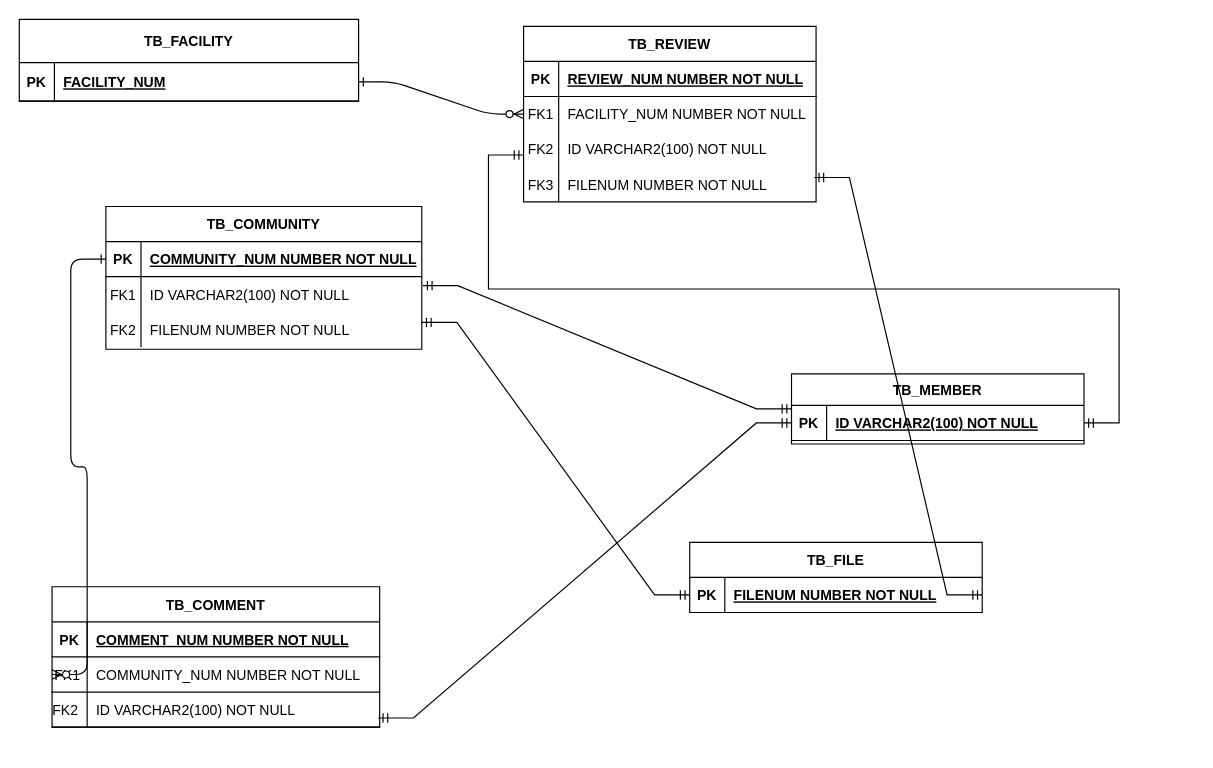
The draw.io diagram document/제목 없는 다이어그램.drawio in rimgosu/ProjectStudy, before the edit. Source tidied: cells renumbered, new cells numbered last; positions are measured from the earlier drawing's top-left corner, leaving out a move shared by most shapes. Both pictures are drawn from the tidied source at 117%, with x=0, y=0 at pixel (19, 19).
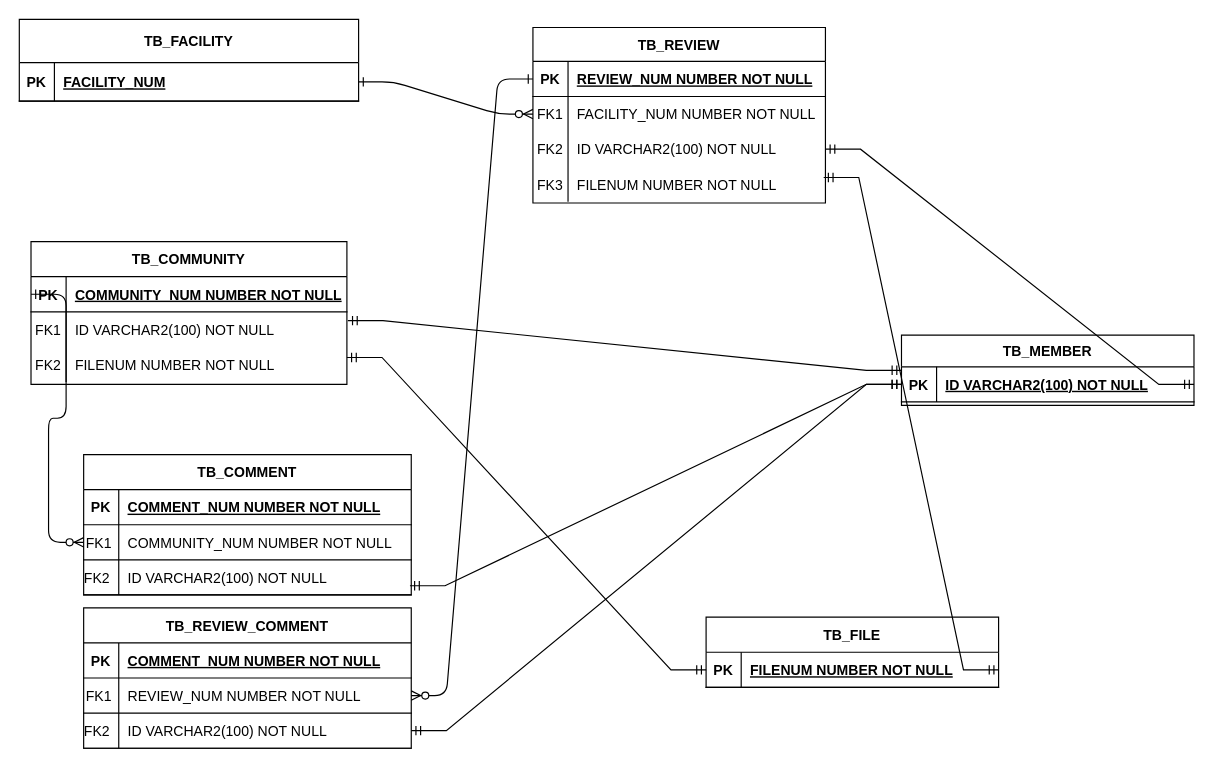
Above is the later version.

Commit message:
제목 없는 다이어그램.drawio 업데이트

Unchanged cells that the change refers to:
```xml
<mxCell id="17" style="shape=partialRectangle;fillColor=none;points=[[0,0.5],[1,0.5]];portConstraint=eastwest;top=0;left=0;right=0;bottom=1;" parent="16" vertex="1">
  <mxGeometry y="27" width="250" height="30" as="geometry" />
</mxCell>
```

The edit, as a diff of the source:
```diff
@@
-    <mxCell id="3" value="TB_REVIEW" style="shape=table;startSize=30;childLayout=tableLayout;rowLines=0;fontStyle=1;align=center;" parent="1" vertex="1">
-      <mxGeometry x="431" y="6" width="250" height="150" as="geometry" />
+    <mxCell id="3" value="TB_REVIEW" style="shape=table;startSize=29;childLayout=tableLayout;rowLines=0;fontStyle=1;align=center;" parent="1" vertex="1">
+      <mxGeometry x="439" y="7" width="250" height="150" as="geometry" />
     </mxCell>
     <mxCell id="4" style="shape=partialRectangle;fillColor=none;points=[[0,0.5],[1,0.5]];portConstraint=eastwest;top=0;left=0;right=0;bottom=1;" parent="3" vertex="1">
-      <mxGeometry y="30" width="250" height="30" as="geometry" />
+      <mxGeometry y="29" width="250" height="30" as="geometry" />
     </mxCell>
@@
     <mxCell id="7" style="shape=partialRectangle;fillColor=none;points=[[0,0.5],[1,0.5]];portConstraint=eastwest;top=0;left=0;right=0;bottom=0;" parent="3" vertex="1">
-      <mxGeometry y="60" width="250" height="30" as="geometry" />
+      <mxGeometry y="59" width="250" height="30" as="geometry" />
     </mxCell>
@@
     <mxCell id="10" style="shape=partialRectangle;fillColor=none;points=[[0,0.5],[1,0.5]];portConstraint=eastwest;top=0;left=0;right=0;bottom=0;" parent="3" vertex="1">
-      <mxGeometry y="90" width="250" height="30" as="geometry" />
+      <mxGeometry y="89" width="250" height="30" as="geometry" />
     </mxCell>
@@
     <mxCell id="13" style="shape=partialRectangle;fillColor=none;points=[[0,0.5],[1,0.5]];portConstraint=eastwest;top=0;left=0;right=0;bottom=0;" parent="3" vertex="1">
-      <mxGeometry y="120" width="250" height="30" as="geometry" />
+      <mxGeometry y="119" width="250" height="30" as="geometry" />
     </mxCell>
@@
     <mxCell id="16" value="TB_MEMBER" style="shape=table;startSize=27;childLayout=tableLayout;rowLines=0;fontStyle=1;align=center;" parent="1" vertex="1">
-      <mxGeometry x="660" y="303" width="250" height="60" as="geometry" />
+      <mxGeometry x="754" y="270" width="250" height="60" as="geometry" />
     </mxCell>
@@
     <mxCell id="24" value="TB_COMMUNITY" style="shape=table;startSize=30;childLayout=tableLayout;rowLines=0;fontStyle=1;align=center;" parent="1" vertex="1">
-      <mxGeometry x="74" y="160" width="270" height="122" as="geometry" />
+      <mxGeometry x="10" y="190" width="270" height="122" as="geometry" />
     </mxCell>
@@
     <mxCell id="34" value="TB_COMMENT" style="shape=table;startSize=30;childLayout=tableLayout;rowLines=0;fontStyle=1;align=center;" parent="1" vertex="1">
-      <mxGeometry x="28" y="485" width="280" height="120" as="geometry" />
+      <mxGeometry x="55" y="372" width="280" height="120" as="geometry" />
     </mxCell>
@@
-    <mxCell id="44" style="edgeStyle=entityRelationEdgeStyle;fontSize=12;html=1;endArrow=ERmandOne;startArrow=ERmandOne;rounded=0;exitX=1;exitY=0.5;exitDx=0;exitDy=0;" parent="1" edge="1" source="17">
+    <mxCell id="44" style="edgeStyle=entityRelationEdgeStyle;fontSize=12;html=1;endArrow=ERmandOne;startArrow=ERmandOne;rounded=0;entryX=1;entryY=0.5;entryDx=0;entryDy=0;" parent="1" edge="1" source="17" target="61">
       <mxGeometry relative="1" as="geometry">
-        <mxPoint x="431" y="116" as="targetPoint" />
         <Array as="points">
           <mxPoint x="321" y="26" />
         </Array>
       </mxGeometry>
     </mxCell>
@@
     <mxCell id="48" value="TB_FILE" style="shape=table;startSize=30;childLayout=tableLayout;rowLines=0;fontStyle=1;align=center;" parent="1" vertex="1">
-      <mxGeometry x="573" y="447" width="250" height="60" as="geometry" />
+      <mxGeometry x="587" y="511" width="250" height="60" as="geometry" />
     </mxCell>
@@
+    <mxCell id="54" value="TB_REVIEW_COMMENT" style="shape=table;startSize=30;childLayout=tableLayout;rowLines=0;fontStyle=1;align=center;" parent="1" vertex="1">
+      <mxGeometry x="55" y="503" width="280" height="120" as="geometry" />
+    </mxCell>
+    <mxCell id="55" style="shape=partialRectangle;fillColor=none;top=0;left=0;right=0;bottom=1;" parent="54" vertex="1">
+      <mxGeometry y="30" width="280" height="30" as="geometry" />
+    </mxCell>
+    <mxCell id="56" value="PK" style="shape=partialRectangle;overflow=hidden;fillColor=none;top=0;left=0;bottom=0;right=0;fontStyle=1;" parent="55" vertex="1">
+      <mxGeometry width="30" height="30" as="geometry" />
+    </mxCell>
+    <mxCell id="57" value="COMMENT_NUM NUMBER NOT NULL" style="shape=partialRectangle;overflow=hidden;fillColor=none;top=0;left=0;bottom=0;right=0;align=left;spacingLeft=6;fontStyle=5;" parent="55" vertex="1">
+      <mxGeometry x="30" width="250" height="30" as="geometry" />
+    </mxCell>
+    <mxCell id="58" style="shape=partialRectangle;fillColor=none;points=[[0,0.5],[1,0.5]];portConstraint=eastwest;top=0;left=0;right=0;bottom=1;" parent="54" vertex="1">
+      <mxGeometry y="60" width="280" height="30" as="geometry" />
+    </mxCell>
+    <mxCell id="59" value="FK1 " style="shape=partialRectangle;overflow=hidden;fillColor=none;top=0;left=0;bottom=0;right=0;fontStyle=0;" parent="58" vertex="1">
+      <mxGeometry width="30" height="30" as="geometry" />
+    </mxCell>
+    <mxCell id="60" value="REVIEW_NUM NUMBER NOT NULL" style="shape=partialRectangle;overflow=hidden;fillColor=none;top=0;left=0;bottom=0;right=0;align=left;spacingLeft=6;fontStyle=0;" parent="58" vertex="1">
+      <mxGeometry x="30" width="250" height="30" as="geometry" />
+    </mxCell>
+    <mxCell id="61" style="shape=partialRectangle;fillColor=none;points=[[0,0.5],[1,0.5]];portConstraint=eastwest;top=0;left=0;right=0;bottom=1;" parent="54" vertex="1">
+      <mxGeometry y="90" width="280" height="30" as="geometry" />
+    </mxCell>
+    <mxCell id="62" value="FK2  " style="shape=partialRectangle;overflow=hidden;fillColor=none;top=0;left=0;bottom=0;right=0;fontStyle=0;" parent="61" vertex="1">
+      <mxGeometry width="30" height="30" as="geometry" />
+    </mxCell>
+    <mxCell id="63" value="ID VARCHAR2(100) NOT NULL" style="shape=partialRectangle;overflow=hidden;fillColor=none;top=0;left=0;bottom=0;right=0;align=left;spacingLeft=6;fontStyle=0;" parent="61" vertex="1">
+      <mxGeometry x="30" width="250" height="30" as="geometry" />
+    </mxCell>
+    <mxCell id="64" style="edgeStyle=entityRelationEdgeStyle;endArrow=ERzeroToMany;startArrow=ERone;endFill=1;startFill=0;entryX=1;entryY=0.5;entryDx=0;entryDy=0;" parent="1" edge="1" source="4" target="58">
+      <mxGeometry relative="1" as="geometry" />
+    </mxCell>
+    <mxCell id="65" style="edgeStyle=entityRelationEdgeStyle;fontSize=12;html=1;endArrow=ERmandOne;startArrow=ERmandOne;rounded=0;exitX=1;exitY=0.5;exitDx=0;exitDy=0;entryX=1;entryY=0.5;entryDx=0;entryDy=0;" parent="1" edge="1" source="10" target="17">
+      <mxGeometry relative="1" as="geometry">
+        <Array as="points">
+          <mxPoint x="737" y="52" />
+        </Array>
+      </mxGeometry>
+    </mxCell>
```
